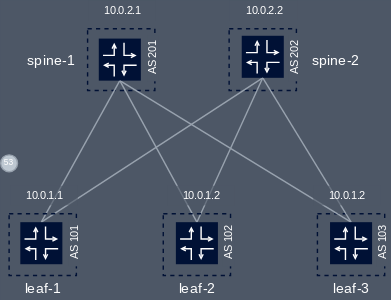
This is st.svg from FloSch62/grafana_flow, a draw.io export, as it was before one commit. Source tidied: cells renumbered, new cells last; positions are measured from the earlier drawing's top-left corner, leaving out a move shared by most shapes.
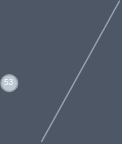
The same file after the commit.

The edit, as a diff of the source:
```diff
@@ -2,294 +2,12 @@
   <root>
     <mxCell id="0" />
     <mxCell id="1" parent="0" />
-    <mxCell id="2" style="rounded=0;whiteSpace=wrap;html=1;fontFamily=Manrope;fontSize=8;fontSource=https%3A%2F%2Ffonts.googleapis.com%2Fcss%3Ffamily%3DManrope;fillColor=none;dashed=1;strokeColor=#001135;" parent="1" vertex="1">
-      <mxGeometry x="226" y="152" width="48" height="44" as="geometry" />
-    </mxCell>
-    <mxCell id="3" style="rounded=0;whiteSpace=wrap;html=1;fontFamily=Manrope;fontSize=8;fontSource=https%3A%2F%2Ffonts.googleapis.com%2Fcss%3Ffamily%3DManrope;fillColor=none;dashed=1;strokeColor=#001135;" parent="1" vertex="1">
-      <mxGeometry x="163" y="20" width="48" height="44" as="geometry" />
-    </mxCell>
-    <mxCell id="4" style="rounded=0;whiteSpace=wrap;html=1;fontFamily=Manrope;fontSize=8;fontSource=https%3A%2F%2Ffonts.googleapis.com%2Fcss%3Ffamily%3DManrope;fillColor=none;dashed=1;strokeColor=#001135;" parent="1" vertex="1">
-      <mxGeometry x="62" y="20" width="48" height="44" as="geometry" />
-    </mxCell>
-    <mxCell id="5" style="rounded=0;jettySize=auto;html=1;exitX=0.5;exitY=0;exitDx=0;exitDy=0;startSize=6;endArrow=none;endFill=0;endSize=2;fontFamily=Manrope;fontSize=8;strokeColor=#98A2AE;fontSource=https%3A%2F%2Ffonts.googleapis.com%2Fcss%3Ffamily%3DManrope;entryX=0.5;entryY=1;entryDx=0;entryDy=0;" parent="1" edge="1" source="38" target="16">
-      <mxGeometry relative="1" as="geometry" />
-    </mxCell>
-    <mxCell id="6" style="rounded=0;jettySize=auto;html=1;exitX=0.5;exitY=0;exitDx=0;exitDy=0;entryX=0.5;entryY=1;entryDx=0;entryDy=0;startSize=6;endArrow=none;endFill=0;endSize=2;fontFamily=Manrope;fontSize=8;strokeColor=#98A2AE;fontSource=https%3A%2F%2Ffonts.googleapis.com%2Fcss%3Ffamily%3DManrope;" parent="1" edge="1" source="38" target="10">
-      <mxGeometry relative="1" as="geometry" />
-    </mxCell>
-    <mxCell id="7" style="rounded=0;jettySize=auto;html=1;exitX=0.5;exitY=0;exitDx=0;exitDy=0;entryX=0.5;entryY=1;entryDx=0;entryDy=0;startSize=6;endArrow=none;endFill=0;endSize=2;fontFamily=Manrope;fontSize=8;strokeColor=#98A2AE;fontSource=https%3A%2F%2Ffonts.googleapis.com%2Fcss%3Ffamily%3DManrope;" parent="1" edge="1" source="26" target="16">
-      <mxGeometry relative="1" as="geometry" />
-    </mxCell>
-    <mxCell id="8" style="rounded=0;jettySize=auto;html=1;exitX=0.5;exitY=0;exitDx=0;exitDy=0;entryX=0.5;entryY=1;entryDx=0;entryDy=0;startSize=6;endArrow=none;endFill=0;endSize=2;fontFamily=Manrope;fontSize=8;strokeColor=#98A2AE;fontSource=https%3A%2F%2Ffonts.googleapis.com%2Fcss%3Ffamily%3DManrope;" parent="1" edge="1" source="26" target="10">
-      <mxGeometry relative="1" as="geometry" />
-    </mxCell>
-    <mxCell id="9" style="group;fontFamily=Manrope;fontSource=https%3A%2F%2Ffonts.googleapis.com%2Fcss%3Ffamily%3DManrope;" parent="1" vertex="1">
-      <mxGeometry x="172" y="25" width="30" height="30" as="geometry" />
-    </mxCell>
-    <mxCell id="10" style="whiteSpace=wrap;html=1;fillColor=#001135;strokeColor=none;fontFamily=Manrope;fontSource=https%3A%2F%2Ffonts.googleapis.com%2Fcss%3Ffamily%3DManrope;" parent="9" vertex="1">
-      <mxGeometry width="30" height="30" as="geometry" />
-    </mxCell>
-    <mxCell id="11" style="endArrow=open;html=1;edgeStyle=orthogonalEdgeStyle;rounded=0;endFill=0;startSize=6;endSize=2;strokeColor=#FFFFFF;fontFamily=Manrope;fontSource=https%3A%2F%2Ffonts.googleapis.com%2Fcss%3Ffamily%3DManrope;" parent="9" edge="1">
-      <mxGeometry relative="1" as="geometry">
-        <mxPoint x="3" y="12" as="sourcePoint" />
-        <mxPoint x="11" y="3" as="targetPoint" />
-        <Array as="points">
-          <mxPoint x="11" y="12" />
-        </Array>
-      </mxGeometry>
-    </mxCell>
-    <mxCell id="12" style="endArrow=open;html=1;edgeStyle=orthogonalEdgeStyle;rounded=0;endFill=0;startSize=6;endSize=2;strokeColor=#FFFFFF;fontFamily=Manrope;fontSource=https%3A%2F%2Ffonts.googleapis.com%2Fcss%3Ffamily%3DManrope;" parent="9" edge="1">
-      <mxGeometry relative="1" as="geometry">
-        <mxPoint x="11" y="27" as="sourcePoint" />
-        <mxPoint x="3" y="19" as="targetPoint" />
-        <Array as="points">
-          <mxPoint x="11" y="19" />
-        </Array>
-      </mxGeometry>
-    </mxCell>
-    <mxCell id="13" style="endArrow=open;html=1;edgeStyle=orthogonalEdgeStyle;rounded=0;endFill=0;startSize=6;endSize=2;strokeColor=#FFFFFF;fontFamily=Manrope;fontSource=https%3A%2F%2Ffonts.googleapis.com%2Fcss%3Ffamily%3DManrope;" parent="9" edge="1">
-      <mxGeometry relative="1" as="geometry">
-        <mxPoint x="18" y="3" as="sourcePoint" />
-        <mxPoint x="27" y="12" as="targetPoint" />
-        <Array as="points">
-          <mxPoint x="18" y="12" />
-        </Array>
-      </mxGeometry>
-    </mxCell>
-    <mxCell id="14" style="endArrow=open;html=1;edgeStyle=orthogonalEdgeStyle;rounded=0;endFill=0;startSize=6;endSize=2;strokeColor=#FFFFFF;fontFamily=Manrope;fontSource=https%3A%2F%2Ffonts.googleapis.com%2Fcss%3Ffamily%3DManrope;" parent="9" edge="1">
-      <mxGeometry relative="1" as="geometry">
-        <mxPoint x="27" y="19" as="sourcePoint" />
-        <mxPoint x="18" y="27" as="targetPoint" />
-        <Array as="points">
-          <mxPoint x="18" y="19" />
-        </Array>
-      </mxGeometry>
-    </mxCell>
-    <mxCell id="15" style="group;fontFamily=Manrope;fontSource=https%3A%2F%2Ffonts.googleapis.com%2Fcss%3Ffamily%3DManrope;" parent="1" vertex="1">
-      <mxGeometry x="70" y="27" width="30" height="30" as="geometry" />
-    </mxCell>
-    <mxCell id="16" style="whiteSpace=wrap;html=1;fillColor=#001135;strokeColor=none;fontFamily=Manrope;fontSource=https%3A%2F%2Ffonts.googleapis.com%2Fcss%3Ffamily%3DManrope;" parent="15" vertex="1">
-      <mxGeometry width="30" height="30" as="geometry" />
-    </mxCell>
-    <mxCell id="17" style="endArrow=open;html=1;edgeStyle=orthogonalEdgeStyle;rounded=0;endFill=0;startSize=6;endSize=2;strokeColor=#FFFFFF;fontFamily=Manrope;fontSource=https%3A%2F%2Ffonts.googleapis.com%2Fcss%3Ffamily%3DManrope;" parent="15" edge="1">
-      <mxGeometry relative="1" as="geometry">
-        <mxPoint x="3" y="12" as="sourcePoint" />
-        <mxPoint x="11" y="3" as="targetPoint" />
-        <Array as="points">
-          <mxPoint x="11" y="12" />
-        </Array>
-      </mxGeometry>
-    </mxCell>
-    <mxCell id="18" style="endArrow=open;html=1;edgeStyle=orthogonalEdgeStyle;rounded=0;endFill=0;startSize=6;endSize=2;strokeColor=#FFFFFF;fontFamily=Manrope;fontSource=https%3A%2F%2Ffonts.googleapis.com%2Fcss%3Ffamily%3DManrope;" parent="15" edge="1">
-      <mxGeometry relative="1" as="geometry">
-        <mxPoint x="11" y="27" as="sourcePoint" />
-        <mxPoint x="3" y="19" as="targetPoint" />
-        <Array as="points">
-          <mxPoint x="11" y="19" />
-        </Array>
-      </mxGeometry>
-    </mxCell>
-    <mxCell id="19" style="endArrow=open;html=1;edgeStyle=orthogonalEdgeStyle;rounded=0;endFill=0;startSize=6;endSize=2;strokeColor=#FFFFFF;fontFamily=Manrope;fontSource=https%3A%2F%2Ffonts.googleapis.com%2Fcss%3Ffamily%3DManrope;" parent="15" edge="1">
-      <mxGeometry relative="1" as="geometry">
-        <mxPoint x="18" y="3" as="sourcePoint" />
-        <mxPoint x="27" y="12" as="targetPoint" />
-        <Array as="points">
-          <mxPoint x="18" y="12" />
-        </Array>
-      </mxGeometry>
-    </mxCell>
-    <mxCell id="20" style="endArrow=open;html=1;edgeStyle=orthogonalEdgeStyle;rounded=0;endFill=0;startSize=6;endSize=2;strokeColor=#FFFFFF;fontFamily=Manrope;fontSource=https%3A%2F%2Ffonts.googleapis.com%2Fcss%3Ffamily%3DManrope;" parent="15" edge="1">
-      <mxGeometry relative="1" as="geometry">
-        <mxPoint x="27" y="19" as="sourcePoint" />
-        <mxPoint x="18" y="27" as="targetPoint" />
-        <Array as="points">
-          <mxPoint x="18" y="19" />
-        </Array>
-      </mxGeometry>
-    </mxCell>
-    <mxCell id="21" style="rounded=0;jettySize=auto;html=1;exitX=0.5;exitY=0;exitDx=0;exitDy=0;entryX=0.5;entryY=1;entryDx=0;entryDy=0;startSize=6;endArrow=none;endFill=0;endSize=2;fontFamily=Manrope;fontSize=8;strokeColor=#98A2AE;fontSource=https%3A%2F%2Ffonts.googleapis.com%2Fcss%3Ffamily%3DManrope;" parent="1" edge="1" source="32" target="16">
-      <mxGeometry relative="1" as="geometry" />
-    </mxCell>
-    <mxCell id="22" style="rounded=0;jettySize=auto;html=1;exitX=0.5;exitY=1;exitDx=0;exitDy=0;entryX=0.5;entryY=0;entryDx=0;entryDy=0;startSize=6;endArrow=none;endFill=0;endSize=2;fontFamily=Manrope;fontSize=8;strokeColor=#98A2AE;fontSource=https%3A%2F%2Ffonts.googleapis.com%2Fcss%3Ffamily%3DManrope;" parent="1" edge="1" source="10" target="32">
-      <mxGeometry relative="1" as="geometry" />
-    </mxCell>
-    <mxCell id="23" value="&lt;font style=&quot;font-size: 10px&quot;&gt;leaf-1&lt;/font&gt;" style="text;html=1;align=center;verticalAlign=middle;fontSize=10;fontFamily=Manrope;fontStyle=0;fontColor=#FFFFFF;" parent="1" vertex="1">
-      <mxGeometry x="12" y="196" width="36" height="18" as="geometry" />
-    </mxCell>
-    <mxCell id="24" style="rounded=0;whiteSpace=wrap;html=1;fontFamily=Manrope;fontSize=8;fontSource=https%3A%2F%2Ffonts.googleapis.com%2Fcss%3Ffamily%3DManrope;fillColor=none;dashed=1;strokeColor=#001135;" parent="1" vertex="1">
-      <mxGeometry x="6" y="152" width="48" height="44" as="geometry" />
-    </mxCell>
-    <mxCell id="25" style="group;fontFamily=Manrope;fontSource=https%3A%2F%2Ffonts.googleapis.com%2Fcss%3Ffamily%3DManrope;" parent="1" vertex="1">
-      <mxGeometry x="235" y="158" width="30" height="30" as="geometry" />
-    </mxCell>
-    <mxCell id="26" style="whiteSpace=wrap;html=1;fillColor=#001135;strokeColor=none;fontFamily=Manrope;fontSource=https%3A%2F%2Ffonts.googleapis.com%2Fcss%3Ffamily%3DManrope;" parent="25" vertex="1">
-      <mxGeometry width="30" height="30" as="geometry" />
-    </mxCell>
-    <mxCell id="27" style="endArrow=open;html=1;edgeStyle=orthogonalEdgeStyle;rounded=0;endFill=0;startSize=6;endSize=2;strokeColor=#FFFFFF;fontFamily=Manrope;fontSource=https%3A%2F%2Ffonts.googleapis.com%2Fcss%3Ffamily%3DManrope;" parent="25" edge="1">
-      <mxGeometry relative="1" as="geometry">
-        <mxPoint x="3" y="12" as="sourcePoint" />
-        <mxPoint x="11" y="3" as="targetPoint" />
-        <Array as="points">
-          <mxPoint x="11" y="12" />
-        </Array>
-      </mxGeometry>
-    </mxCell>
-    <mxCell id="28" style="endArrow=open;html=1;edgeStyle=orthogonalEdgeStyle;rounded=0;endFill=0;startSize=6;endSize=2;strokeColor=#FFFFFF;fontFamily=Manrope;fontSource=https%3A%2F%2Ffonts.googleapis.com%2Fcss%3Ffamily%3DManrope;" parent="25" edge="1">
-      <mxGeometry relative="1" as="geometry">
-        <mxPoint x="11" y="27" as="sourcePoint" />
-        <mxPoint x="3" y="19" as="targetPoint" />
-        <Array as="points">
-          <mxPoint x="11" y="19" />
-        </Array>
-      </mxGeometry>
-    </mxCell>
-    <mxCell id="29" style="endArrow=open;html=1;edgeStyle=orthogonalEdgeStyle;rounded=0;endFill=0;startSize=6;endSize=2;strokeColor=#FFFFFF;fontFamily=Manrope;fontSource=https%3A%2F%2Ffonts.googleapis.com%2Fcss%3Ffamily%3DManrope;" parent="25" edge="1">
-      <mxGeometry relative="1" as="geometry">
-        <mxPoint x="18" y="3" as="sourcePoint" />
-        <mxPoint x="27" y="12" as="targetPoint" />
-        <Array as="points">
-          <mxPoint x="18" y="12" />
-        </Array>
-      </mxGeometry>
-    </mxCell>
-    <mxCell id="30" style="endArrow=open;html=1;edgeStyle=orthogonalEdgeStyle;rounded=0;endFill=0;startSize=6;endSize=2;strokeColor=#FFFFFF;fontFamily=Manrope;fontSource=https%3A%2F%2Ffonts.googleapis.com%2Fcss%3Ffamily%3DManrope;" parent="25" edge="1">
-      <mxGeometry relative="1" as="geometry">
-        <mxPoint x="27" y="19" as="sourcePoint" />
-        <mxPoint x="18" y="27" as="targetPoint" />
-        <Array as="points">
-          <mxPoint x="18" y="19" />
-        </Array>
-      </mxGeometry>
-    </mxCell>
-    <mxCell id="31" style="group;fontFamily=Manrope;fontSource=https%3A%2F%2Ffonts.googleapis.com%2Fcss%3Ffamily%3DManrope;" parent="1" vertex="1">
-      <mxGeometry x="125" y="158" width="30" height="30" as="geometry" />
-    </mxCell>
-    <mxCell id="32" style="whiteSpace=wrap;html=1;fillColor=#001135;strokeColor=none;fontFamily=Manrope;fontSource=https%3A%2F%2Ffonts.googleapis.com%2Fcss%3Ffamily%3DManrope;" parent="31" vertex="1">
-      <mxGeometry width="30" height="30" as="geometry" />
-    </mxCell>
-    <mxCell id="33" style="endArrow=open;html=1;edgeStyle=orthogonalEdgeStyle;rounded=0;endFill=0;startSize=6;endSize=2;strokeColor=#FFFFFF;fontFamily=Manrope;fontSource=https%3A%2F%2Ffonts.googleapis.com%2Fcss%3Ffamily%3DManrope;" parent="31" edge="1">
-      <mxGeometry relative="1" as="geometry">
-        <mxPoint x="3" y="12" as="sourcePoint" />
-        <mxPoint x="11" y="3" as="targetPoint" />
-        <Array as="points">
-          <mxPoint x="11" y="12" />
-        </Array>
-      </mxGeometry>
-    </mxCell>
-    <mxCell id="34" style="endArrow=open;html=1;edgeStyle=orthogonalEdgeStyle;rounded=0;endFill=0;startSize=6;endSize=2;strokeColor=#FFFFFF;fontFamily=Manrope;fontSource=https%3A%2F%2Ffonts.googleapis.com%2Fcss%3Ffamily%3DManrope;" parent="31" edge="1">
-      <mxGeometry relative="1" as="geometry">
-        <mxPoint x="11" y="27" as="sourcePoint" />
-        <mxPoint x="3" y="19" as="targetPoint" />
-        <Array as="points">
-          <mxPoint x="11" y="19" />
-        </Array>
-      </mxGeometry>
-    </mxCell>
-    <mxCell id="35" style="endArrow=open;html=1;edgeStyle=orthogonalEdgeStyle;rounded=0;endFill=0;startSize=6;endSize=2;strokeColor=#FFFFFF;fontFamily=Manrope;fontSource=https%3A%2F%2Ffonts.googleapis.com%2Fcss%3Ffamily%3DManrope;" parent="31" edge="1">
-      <mxGeometry relative="1" as="geometry">
-        <mxPoint x="18" y="3" as="sourcePoint" />
-        <mxPoint x="27" y="12" as="targetPoint" />
-        <Array as="points">
-          <mxPoint x="18" y="12" />
-        </Array>
-      </mxGeometry>
-    </mxCell>
-    <mxCell id="36" style="endArrow=open;html=1;edgeStyle=orthogonalEdgeStyle;rounded=0;endFill=0;startSize=6;endSize=2;strokeColor=#FFFFFF;fontFamily=Manrope;fontSource=https%3A%2F%2Ffonts.googleapis.com%2Fcss%3Ffamily%3DManrope;" parent="31" edge="1">
-      <mxGeometry relative="1" as="geometry">
-        <mxPoint x="27" y="19" as="sourcePoint" />
-        <mxPoint x="18" y="27" as="targetPoint" />
-        <Array as="points">
-          <mxPoint x="18" y="19" />
-        </Array>
-      </mxGeometry>
-    </mxCell>
-    <mxCell id="37" style="group;" parent="1" vertex="1">
-      <mxGeometry x="14" y="158" width="30" height="30" as="geometry" />
-    </mxCell>
-    <mxCell id="38" style="whiteSpace=wrap;html=1;fillColor=#001135;strokeColor=none;fontFamily=Manrope;fontSource=https%3A%2F%2Ffonts.googleapis.com%2Fcss%3Ffamily%3DManrope;" parent="37" vertex="1">
-      <mxGeometry width="30" height="30" as="geometry" />
-    </mxCell>
-    <mxCell id="39" style="endArrow=open;html=1;edgeStyle=orthogonalEdgeStyle;rounded=0;endFill=0;startSize=6;endSize=2;strokeColor=#FFFFFF;fontFamily=Manrope;fontSource=https%3A%2F%2Ffonts.googleapis.com%2Fcss%3Ffamily%3DManrope;" parent="37" edge="1">
-      <mxGeometry as="geometry">
-        <mxPoint x="3" y="12" as="sourcePoint" />
-        <mxPoint x="11" y="3" as="targetPoint" />
-        <Array as="points">
-          <mxPoint x="11" y="12" />
-        </Array>
-      </mxGeometry>
-    </mxCell>
-    <mxCell id="40" style="endArrow=open;html=1;edgeStyle=orthogonalEdgeStyle;rounded=0;endFill=0;startSize=6;endSize=2;strokeColor=#FFFFFF;fontFamily=Manrope;fontSource=https%3A%2F%2Ffonts.googleapis.com%2Fcss%3Ffamily%3DManrope;" parent="37" edge="1">
-      <mxGeometry as="geometry">
-        <mxPoint x="11" y="27" as="sourcePoint" />
-        <mxPoint x="3" y="19" as="targetPoint" />
-        <Array as="points">
-          <mxPoint x="11" y="19" />
-        </Array>
-      </mxGeometry>
-    </mxCell>
-    <mxCell id="41" style="endArrow=open;html=1;edgeStyle=orthogonalEdgeStyle;rounded=0;endFill=0;startSize=6;endSize=2;strokeColor=#FFFFFF;fontFamily=Manrope;fontSource=https%3A%2F%2Ffonts.googleapis.com%2Fcss%3Ffamily%3DManrope;" parent="37" edge="1">
-      <mxGeometry as="geometry">
-        <mxPoint x="18" y="3" as="sourcePoint" />
-        <mxPoint x="27" y="12" as="targetPoint" />
-        <Array as="points">
-          <mxPoint x="18" y="12" />
-        </Array>
-      </mxGeometry>
-    </mxCell>
-    <mxCell id="42" style="endArrow=open;html=1;edgeStyle=orthogonalEdgeStyle;rounded=0;endFill=0;startSize=6;endSize=2;strokeColor=#FFFFFF;fontFamily=Manrope;fontSource=https%3A%2F%2Ffonts.googleapis.com%2Fcss%3Ffamily%3DManrope;" parent="37" edge="1">
-      <mxGeometry as="geometry">
-        <mxPoint x="27" y="19" as="sourcePoint" />
-        <mxPoint x="18" y="27" as="targetPoint" />
-        <Array as="points">
-          <mxPoint x="18" y="19" />
-        </Array>
-      </mxGeometry>
-    </mxCell>
-    <mxCell id="43" value="&lt;font face=&quot;Fira Code&quot;&gt;AS 101&lt;/font&gt;" style="rounded=0;whiteSpace=wrap;html=1;dashed=1;fillColor=#4D5766;fontFamily=Manrope;fontSource=https%3A%2F%2Ffonts.googleapis.com%2Fcss%3Ffamily%3DManrope;fontSize=8;fontColor=#FFFFFF;strokeColor=none;rotation=-90;" parent="1" vertex="1">
-      <mxGeometry x="36" y="169" width="33" height="8" as="geometry" />
-    </mxCell>
-    <mxCell id="44" style="rounded=0;whiteSpace=wrap;html=1;fontFamily=Manrope;fontSize=8;fontSource=https%3A%2F%2Ffonts.googleapis.com%2Fcss%3Ffamily%3DManrope;fillColor=none;dashed=1;strokeColor=#001135;" parent="1" vertex="1">
-      <mxGeometry x="116" y="152" width="48" height="44" as="geometry" />
-    </mxCell>
-    <mxCell id="45" value="&lt;font face=&quot;Fira Code&quot;&gt;AS 102&lt;/font&gt;" style="rounded=0;whiteSpace=wrap;html=1;dashed=1;fillColor=#4D5766;fontFamily=Manrope;fontSource=https%3A%2F%2Ffonts.googleapis.com%2Fcss%3Ffamily%3DManrope;fontSize=8;fontColor=#FFFFFF;strokeColor=none;rotation=-90;" parent="1" vertex="1">
-      <mxGeometry x="146" y="169" width="33" height="8" as="geometry" />
-    </mxCell>
-    <mxCell id="46" value="&lt;font face=&quot;Fira Code&quot;&gt;AS 103&lt;/font&gt;" style="rounded=0;whiteSpace=wrap;html=1;dashed=1;fillColor=#4D5766;fontFamily=Manrope;fontSource=https%3A%2F%2Ffonts.googleapis.com%2Fcss%3Ffamily%3DManrope;fontSize=8;fontColor=#FFFFFF;strokeColor=none;rotation=-90;" parent="1" vertex="1">
-      <mxGeometry x="256" y="169" width="33" height="8" as="geometry" />
-    </mxCell>
-    <mxCell id="47" value="&lt;font face=&quot;Fira Code&quot;&gt;AS 201&lt;/font&gt;" style="rounded=0;whiteSpace=wrap;html=1;dashed=1;fillColor=#4D5766;fontFamily=Manrope;fontSource=https%3A%2F%2Ffonts.googleapis.com%2Fcss%3Ffamily%3DManrope;fontSize=8;fontColor=#FFFFFF;strokeColor=none;rotation=-90;" parent="1" vertex="1">
-      <mxGeometry x="92" y="37" width="33" height="8" as="geometry" />
-    </mxCell>
-    <mxCell id="48" value="&lt;font face=&quot;Fira Code&quot;&gt;AS 202&lt;/font&gt;" style="rounded=0;whiteSpace=wrap;html=1;dashed=1;fillColor=#4D5766;fontFamily=Manrope;fontSource=https%3A%2F%2Ffonts.googleapis.com%2Fcss%3Ffamily%3DManrope;fontSize=8;fontColor=#FFFFFF;strokeColor=none;rotation=-90;" parent="1" vertex="1">
-      <mxGeometry x="193" y="37" width="33" height="8" as="geometry" />
-    </mxCell>
-    <mxCell id="49" value="&lt;font style=&quot;font-size: 10px&quot;&gt;leaf-2&lt;/font&gt;" style="text;html=1;align=center;verticalAlign=middle;fontSize=10;fontFamily=Manrope;fontStyle=0;fontColor=#FFFFFF;" parent="1" vertex="1">
-      <mxGeometry x="121" y="196" width="38" height="18" as="geometry" />
-    </mxCell>
-    <mxCell id="50" value="&lt;font style=&quot;font-size: 10px&quot;&gt;leaf-3&lt;/font&gt;" style="text;html=1;align=center;verticalAlign=middle;fontSize=10;fontFamily=Manrope;fontStyle=0;fontColor=#FFFFFF;" parent="1" vertex="1">
-      <mxGeometry x="231" y="196" width="38" height="18" as="geometry" />
-    </mxCell>
-    <mxCell id="51" value="&lt;font style=&quot;font-size: 10px&quot;&gt;spine-1&lt;/font&gt;" style="text;html=1;align=center;verticalAlign=middle;fontSize=10;fontFamily=Manrope;fontStyle=0;fontColor=#FFFFFF;" parent="1" vertex="1">
-      <mxGeometry x="14" y="33" width="44" height="18" as="geometry" />
-    </mxCell>
-    <mxCell id="52" value="&lt;font style=&quot;font-size: 10px&quot;&gt;spine-2&lt;/font&gt;" style="text;html=1;align=center;verticalAlign=middle;fontSize=10;fontFamily=Manrope;fontStyle=0;fontColor=#FFFFFF;" parent="1" vertex="1">
-      <mxGeometry x="216" y="33" width="46" height="18" as="geometry" />
-    </mxCell>
-    <mxCell id="53" value="&lt;div style=&quot;font-size: 8px&quot;&gt;&lt;span style=&quot;font-size: 8px ; color: rgb(255 , 255 , 255)&quot;&gt;10.0.1.1&lt;/span&gt;&lt;/div&gt;" style="text;html=1;align=center;verticalAlign=middle;fontSize=8;fontFamily=Fira Code;fontColor=#001135;fontSource=https%3A%2F%2Ffonts.googleapis.com%2Fcss%3Ffamily%3DFira%2BCode;rotation=0;fillColor=#4D5766;opacity=60;" parent="1" vertex="1">
-      <mxGeometry x="7" y="132" width="48" height="14" as="geometry" />
-    </mxCell>
-    <mxCell id="54" value="&lt;div style=&quot;font-size: 8px&quot;&gt;&lt;span style=&quot;font-size: 8px ; color: rgb(255 , 255 , 255)&quot;&gt;10.0.1.2&lt;/span&gt;&lt;/div&gt;" style="text;html=1;align=center;verticalAlign=middle;fontSize=8;fontFamily=Fira Code;fontColor=#001135;fontSource=https%3A%2F%2Ffonts.googleapis.com%2Fcss%3Ffamily%3DFira%2BCode;rotation=0;fillColor=#4D5766;opacity=60;" parent="1" vertex="1">
-      <mxGeometry x="119" y="132" width="48" height="14" as="geometry" />
-    </mxCell>
-    <mxCell id="55" value="&lt;div style=&quot;font-size: 8px&quot;&gt;&lt;span style=&quot;font-size: 8px ; color: rgb(255 , 255 , 255)&quot;&gt;10.0.1.2&lt;/span&gt;&lt;/div&gt;" style="text;html=1;align=center;verticalAlign=middle;fontSize=8;fontFamily=Fira Code;fontColor=#001135;fontSource=https%3A%2F%2Ffonts.googleapis.com%2Fcss%3Ffamily%3DFira%2BCode;rotation=0;fillColor=#4D5766;opacity=60;" parent="1" vertex="1">
-      <mxGeometry x="223" y="132" width="48" height="14" as="geometry" />
-    </mxCell>
-    <mxCell id="56" value="&lt;div style=&quot;font-size: 8px&quot;&gt;&lt;span style=&quot;font-size: 8px ; color: rgb(255 , 255 , 255)&quot;&gt;10.0.2.1&lt;/span&gt;&lt;/div&gt;" style="text;html=1;align=center;verticalAlign=middle;fontSize=8;fontFamily=Fira Code;fontColor=#001135;fontSource=https%3A%2F%2Ffonts.googleapis.com%2Fcss%3Ffamily%3DFira%2BCode;rotation=0;fillColor=#4D5766;opacity=60;" parent="1" vertex="1">
-      <mxGeometry x="62.5" width="48" height="14" as="geometry" />
-    </mxCell>
-    <mxCell id="57" value="&lt;div style=&quot;font-size: 8px&quot;&gt;&lt;span style=&quot;font-size: 8px ; color: rgb(255 , 255 , 255)&quot;&gt;10.0.2.2&lt;/span&gt;&lt;/div&gt;" style="text;html=1;align=center;verticalAlign=middle;fontSize=8;fontFamily=Fira Code;fontColor=#001135;fontSource=https%3A%2F%2Ffonts.googleapis.com%2Fcss%3Ffamily%3DFira%2BCode;rotation=0;fillColor=#4D5766;opacity=60;" parent="1" vertex="1">
-      <mxGeometry x="163.5" width="48" height="14" as="geometry" />
-    </mxCell>
+    <mxCell id="59" style="rounded=0;orthogonalLoop=1;jettySize=auto;html=1;exitX=0.5;exitY=0;exitDx=0;exitDy=0;startSize=6;endArrow=none;endFill=0;endSize=2;fontFamily=Manrope;fontSize=8;strokeColor=#98A2AE;fontSource=https%3A%2F%2Ffonts.googleapis.com%2Fcss%3Ffamily%3DManrope;entryX=0.5;entryY=1;entryDx=0;entryDy=0;" parent="1" edge="1">
+      <mxGeometry relative="1" as="geometry">
+        <mxPoint x="29" y="158" as="sourcePoint" />
+        <mxPoint x="85" y="57" as="targetPoint" />
+      </mxGeometry>
+    </mxCell>
     <mxCell id="58" value="53" style="ellipse;whiteSpace=wrap;html=1;fontColor=#FFFFFF;fontSize=6;strokeColor=#98A2AE;fillColor=#BEC8D2;" parent="1" vertex="1">
       <mxGeometry y="110" width="12" height="12" as="geometry" />
     </mxCell>
```
